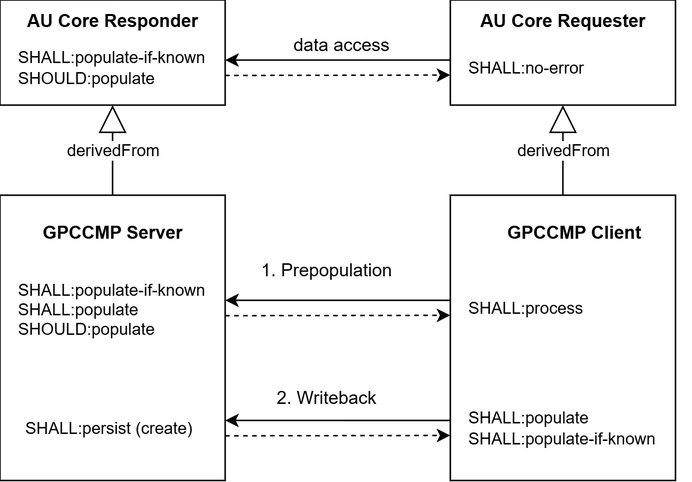
aehrc/gpccmp-fhir-ig keeps this draw.io diagram as input/images/ObligationsOverview-derivedFrom.png. Above is the earlier version. Source tidied: cells renumbered, new cells last; positions are measured from the earlier drawing's top-left corner, leaving out a move shared by most shapes. Source of this version:
```xml
<mxGraphModel>
  <root>
    <mxCell id="0" />
    <mxCell id="1" parent="0" />
    <mxCell id="2" style="rounded=0;whiteSpace=wrap;html=1;" parent="1" vertex="1">
      <mxGeometry x="300" y="130" width="150" height="190" as="geometry" />
    </mxCell>
    <mxCell id="3" style="rounded=0;whiteSpace=wrap;html=1;" parent="1" vertex="1">
      <mxGeometry y="130" width="150" height="190" as="geometry" />
    </mxCell>
    <mxCell id="4" value="1. Prepopulation" style="text;html=1;align=center;verticalAlign=middle;whiteSpace=wrap;rounded=0;" parent="1" vertex="1">
      <mxGeometry x="160" y="160" width="115" height="40" as="geometry" />
    </mxCell>
    <mxCell id="5" value="GPCCMP Server" style="text;html=1;align=center;verticalAlign=middle;whiteSpace=wrap;rounded=0;fontStyle=1;" parent="1" vertex="1">
      <mxGeometry y="140" width="150" height="30" as="geometry" />
    </mxCell>
    <mxCell id="6" value="SHALL:populate&lt;div&gt;SHALL:populate-if-known&lt;/div&gt;" style="text;html=1;align=left;verticalAlign=middle;whiteSpace=wrap;rounded=0;fontSize=11;" parent="1" vertex="1">
      <mxGeometry x="310" y="270" width="150" height="30" as="geometry" />
    </mxCell>
    <mxCell id="7" value="&lt;div&gt;SHALL:populate-if-known&lt;/div&gt;SHALL:populate&lt;div&gt;SHOULD:populate&lt;/div&gt;" style="text;html=1;align=left;verticalAlign=middle;whiteSpace=wrap;rounded=0;fontSize=11;spacing=2;spacingTop=1;perimeterSpacing=0;spacingBottom=0;spacingLeft=0;" parent="1" vertex="1">
      <mxGeometry x="10" y="180" width="130" height="50" as="geometry" />
    </mxCell>
    <mxCell id="8" value="SHALL:persist (create)" style="text;html=1;align=center;verticalAlign=middle;whiteSpace=wrap;rounded=0;fontSize=11;" parent="1" vertex="1">
      <mxGeometry x="10" y="270" width="125" height="30" as="geometry" />
    </mxCell>
    <mxCell id="9" value="&lt;div&gt;&lt;span style=&quot;background-color: transparent; color: light-dark(rgb(0, 0, 0), rgb(255, 255, 255));&quot;&gt;SHALL:process&lt;/span&gt;&lt;/div&gt;" style="text;html=1;align=left;verticalAlign=middle;whiteSpace=wrap;rounded=0;fontSize=11;" parent="1" vertex="1">
      <mxGeometry x="310" y="190" width="85" height="30" as="geometry" />
    </mxCell>
    <mxCell id="10" value="2. Writeback" style="text;html=1;align=center;verticalAlign=middle;whiteSpace=wrap;rounded=0;" parent="1" vertex="1">
      <mxGeometry x="160" y="250" width="115" height="30" as="geometry" />
    </mxCell>
    <mxCell id="11" value="GPCCMP Client" style="text;html=1;align=center;verticalAlign=middle;whiteSpace=wrap;rounded=0;fontStyle=1;" parent="1" vertex="1">
      <mxGeometry x="335" y="140" width="95" height="30" as="geometry" />
    </mxCell>
    <mxCell id="12" style="endArrow=classic;html=1;rounded=0;dashed=1;" parent="1" edge="1">
      <mxGeometry relative="1" as="geometry">
        <mxPoint x="150" y="210.3" as="sourcePoint" />
        <mxPoint x="300" y="210" as="targetPoint" />
      </mxGeometry>
    </mxCell>
    <mxCell id="13" style="edgeStyle=orthogonalEdgeStyle;rounded=0;orthogonalLoop=1;jettySize=auto;html=1;exitX=0.5;exitY=1;exitDx=0;exitDy=0;" parent="1" edge="1" source="6" target="6">
      <mxGeometry relative="1" as="geometry" />
    </mxCell>
    <mxCell id="14" style="endArrow=classic;html=1;rounded=0;" parent="1" edge="1">
      <mxGeometry relative="1" as="geometry">
        <mxPoint x="300" y="200" as="sourcePoint" />
        <mxPoint x="150" y="200" as="targetPoint" />
      </mxGeometry>
    </mxCell>
    <mxCell id="15" style="endArrow=classic;html=1;rounded=0;" parent="1" edge="1">
      <mxGeometry relative="1" as="geometry">
        <mxPoint x="300" y="280" as="sourcePoint" />
        <mxPoint x="150" y="280" as="targetPoint" />
      </mxGeometry>
    </mxCell>
    <mxCell id="16" style="endArrow=classic;html=1;rounded=0;dashed=1;" parent="1" edge="1">
      <mxGeometry relative="1" as="geometry">
        <mxPoint x="150" y="290.3" as="sourcePoint" />
        <mxPoint x="300" y="290" as="targetPoint" />
      </mxGeometry>
    </mxCell>
    <mxCell id="17" value="AU Core Requester" style="rounded=0;whiteSpace=wrap;html=1;verticalAlign=top;fontStyle=1;" parent="1" vertex="1">
      <mxGeometry x="300" width="150" height="70" as="geometry" />
    </mxCell>
    <mxCell id="18" value="SHALL:no-error" style="text;html=1;align=left;verticalAlign=middle;whiteSpace=wrap;rounded=0;fontSize=11;" parent="1" vertex="1">
      <mxGeometry x="310" y="30" width="85" height="30" as="geometry" />
    </mxCell>
    <mxCell id="19" value="AU Core Responder" style="rounded=0;whiteSpace=wrap;html=1;verticalAlign=top;fontStyle=1;" parent="1" vertex="1">
      <mxGeometry width="150" height="70" as="geometry" />
    </mxCell>
    <mxCell id="20" value="SHALL:populate-if-known&lt;div&gt;SHOULD:populate&lt;/div&gt;" style="text;html=1;align=left;verticalAlign=middle;whiteSpace=wrap;rounded=0;fontSize=11;" parent="1" vertex="1">
      <mxGeometry x="10" y="30" width="130" height="30" as="geometry" />
    </mxCell>
    <mxCell id="21" value="derivedFrom" style="endArrow=block;endSize=16;endFill=0;html=1;rounded=0;" parent="1" edge="1" source="3" target="19">
      <mxGeometry relative="1" as="geometry" />
    </mxCell>
    <mxCell id="22" value="derivedFrom" style="endArrow=block;endSize=16;endFill=0;html=1;rounded=0;" parent="1" edge="1" source="2" target="17">
      <mxGeometry relative="1" as="geometry" />
    </mxCell>
    <mxCell id="23" style="endArrow=classic;html=1;rounded=0;dashed=1;" parent="1" edge="1">
      <mxGeometry relative="1" as="geometry">
        <mxPoint x="150" y="50.3" as="sourcePoint" />
        <mxPoint x="300" y="50" as="targetPoint" />
      </mxGeometry>
    </mxCell>
    <mxCell id="24" style="endArrow=classic;html=1;rounded=0;" parent="1" edge="1">
      <mxGeometry relative="1" as="geometry">
        <mxPoint x="300" y="40" as="sourcePoint" />
        <mxPoint x="150" y="40" as="targetPoint" />
      </mxGeometry>
    </mxCell>
    <mxCell id="25" value="data access" style="text;html=1;align=center;verticalAlign=middle;whiteSpace=wrap;rounded=0;" parent="1" vertex="1">
      <mxGeometry x="170" y="10" width="115" height="40" as="geometry" />
    </mxCell>
  </root>
</mxGraphModel>
```
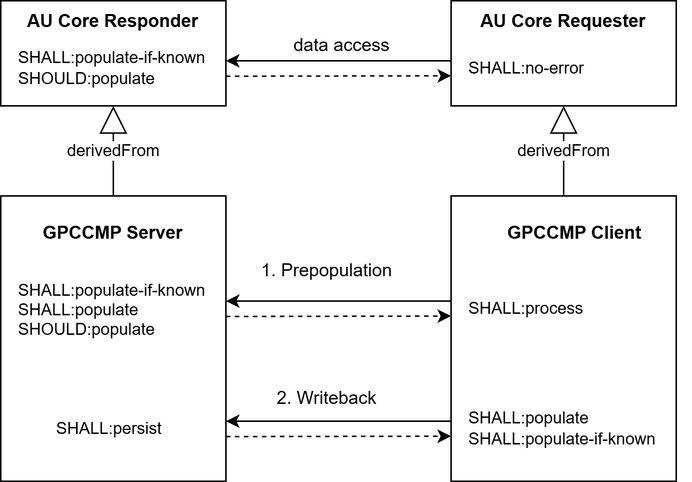
Above is the later version.

What changed in the source:
```diff
@@ -20,7 +20,7 @@
     <mxCell id="7" value="&lt;div&gt;SHALL:populate-if-known&lt;/div&gt;SHALL:populate&lt;div&gt;SHOULD:populate&lt;/div&gt;" style="text;html=1;align=left;verticalAlign=middle;whiteSpace=wrap;rounded=0;fontSize=11;spacing=2;spacingTop=1;perimeterSpacing=0;spacingBottom=0;spacingLeft=0;" parent="1" vertex="1">
       <mxGeometry x="10" y="180" width="130" height="50" as="geometry" />
     </mxCell>
-    <mxCell id="8" value="SHALL:persist (create)" style="text;html=1;align=center;verticalAlign=middle;whiteSpace=wrap;rounded=0;fontSize=11;" parent="1" vertex="1">
+    <mxCell id="8" value="SHALL:persist" style="text;html=1;align=center;verticalAlign=middle;whiteSpace=wrap;rounded=0;fontSize=11;" parent="1" vertex="1">
       <mxGeometry x="10" y="270" width="125" height="30" as="geometry" />
     </mxCell>
     <mxCell id="9" value="&lt;div&gt;&lt;span style=&quot;background-color: transparent; color: light-dark(rgb(0, 0, 0), rgb(255, 255, 255));&quot;&gt;SHALL:process&lt;/span&gt;&lt;/div&gt;" style="text;html=1;align=left;verticalAlign=middle;whiteSpace=wrap;rounded=0;fontSize=11;" parent="1" vertex="1">
```
